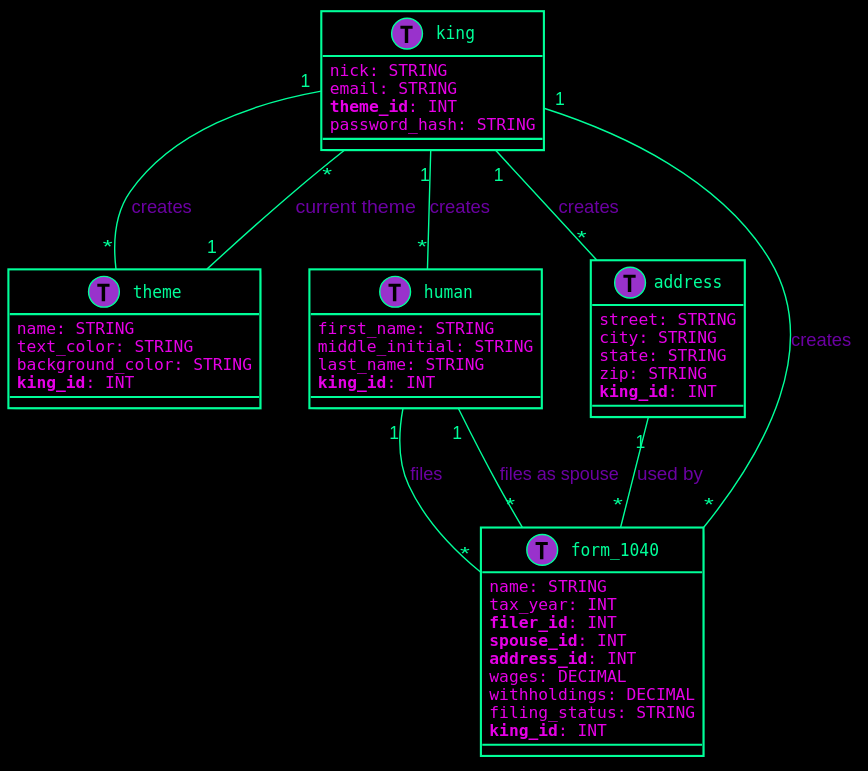
This is schema.svg from ozzloy/tax-back, a PlantUML export, as it was before one commit.
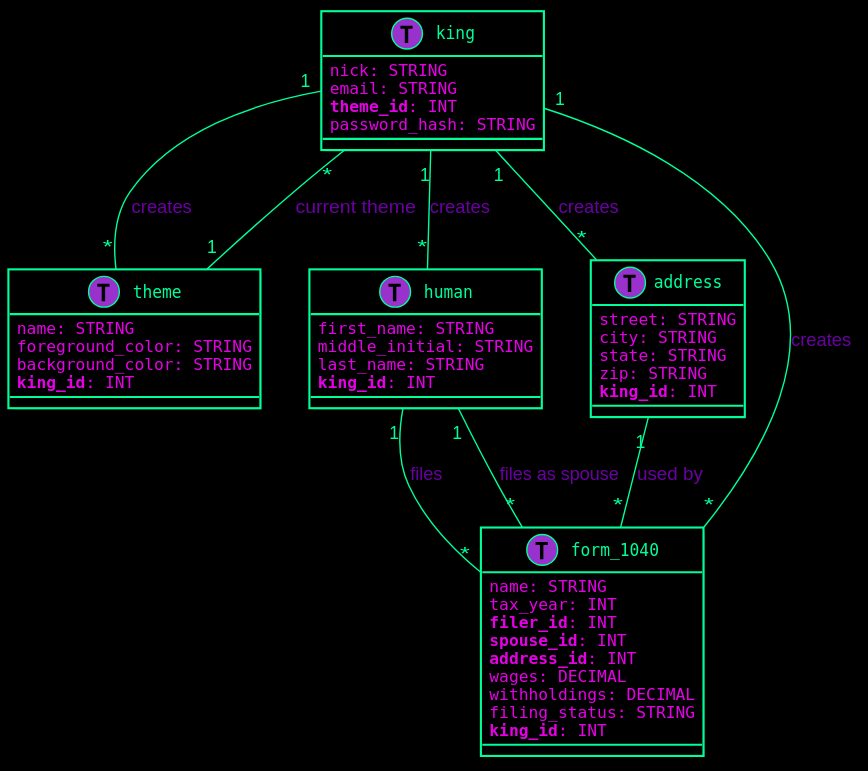
Later version of the same file.

Commit message:
change text_color to foreground_color

Change to the diagram source:
```diff
@@ -25,7 +25,7 @@
 
 class theme << (T,#9932CC) >> {
     name: STRING
-    text_color: STRING
+    foreground_color: STRING
     background_color: STRING
     <b>king_id</b>: INT
 }
```
